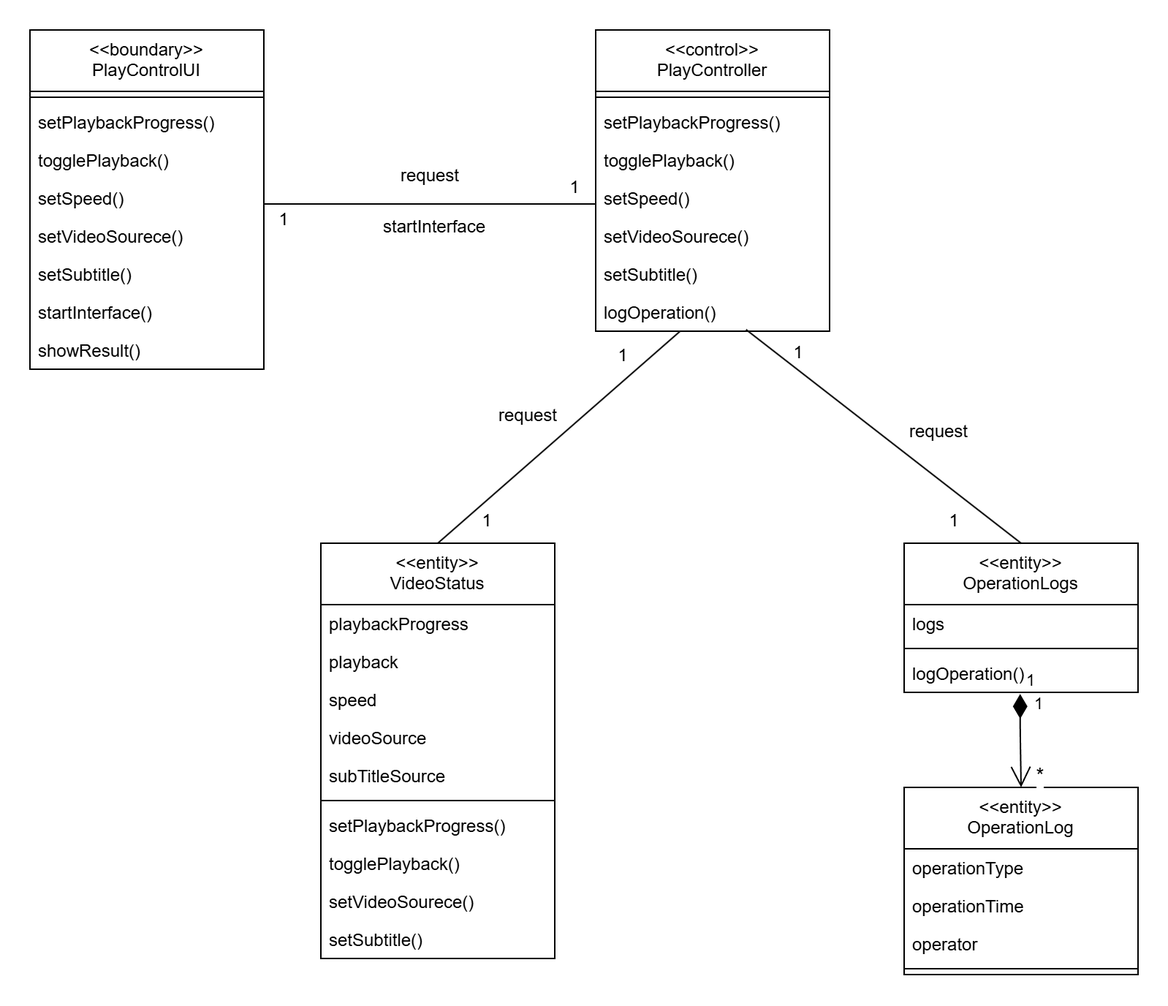
Above: docSu/主持放映-类图.png in Danny8yo/online-private-movie-house (draw.io), before the change. Source tidied: cells renumbered, new cells last; positions are measured from the earlier drawing's top-left corner, leaving out a move shared by most shapes.
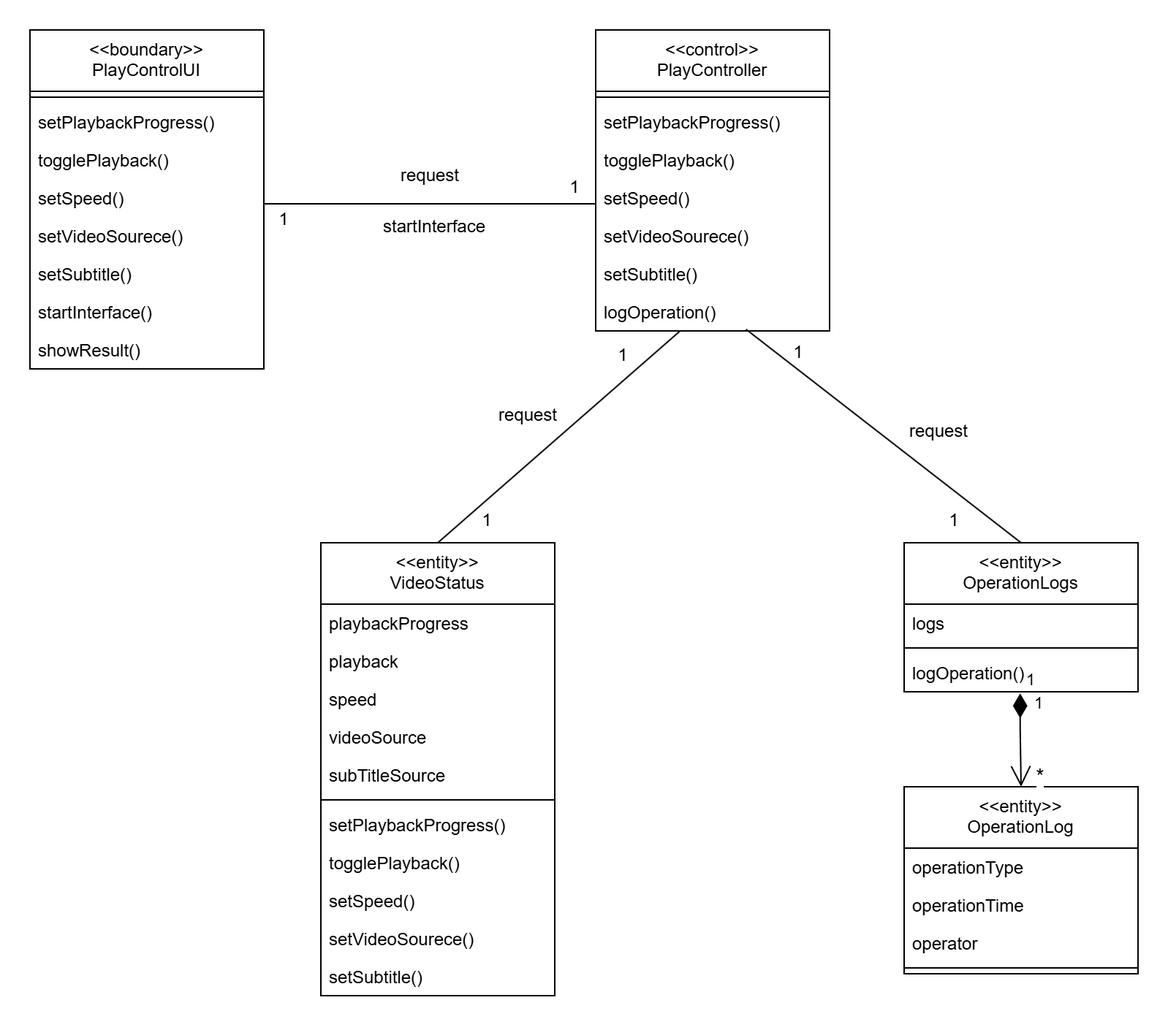
After the change.

What changed in the source:
```diff
@@ -3,7 +3,7 @@
     <mxCell id="0" />
     <mxCell id="1" parent="0" />
     <mxCell id="2" value="&lt;&lt;entity&gt;&gt;&#10;VideoStatus" style="swimlane;fontStyle=0;align=center;verticalAlign=top;horizontal=1;startSize=42;rounded=0;shadow=0;strokeWidth=1;" parent="1" vertex="1">
-      <mxGeometry x="199" y="351" width="160" height="284" as="geometry" />
+      <mxGeometry x="199" y="351" width="160" height="310" as="geometry" />
     </mxCell>
     <mxCell id="3" value="playbackProgress" style="text;align=left;verticalAlign=top;spacingLeft=4;spacingRight=4;overflow=hidden;" parent="2" vertex="1">
       <mxGeometry y="42" width="160" height="26" as="geometry" />
@@ -29,11 +29,14 @@
     <mxCell id="10" value="togglePlayback()" style="text;align=left;verticalAlign=top;spacingLeft=4;spacingRight=4;overflow=hidden;" parent="2" vertex="1">
       <mxGeometry y="206" width="160" height="26" as="geometry" />
     </mxCell>
+    <mxCell id="55" value="setSpeed()" style="text;align=left;verticalAlign=top;spacingLeft=4;spacingRight=4;overflow=hidden;" parent="2" vertex="1">
+      <mxGeometry y="232" width="160" height="26" as="geometry" />
+    </mxCell>
     <mxCell id="11" value="setVideoSourece()" style="text;align=left;verticalAlign=top;spacingLeft=4;spacingRight=4;overflow=hidden;" parent="2" vertex="1">
-      <mxGeometry y="232" width="160" height="26" as="geometry" />
+      <mxGeometry y="258" width="160" height="26" as="geometry" />
     </mxCell>
     <mxCell id="12" value="setSubtitle()" style="text;align=left;verticalAlign=top;spacingLeft=4;spacingRight=4;overflow=hidden;" parent="2" vertex="1">
-      <mxGeometry y="258" width="160" height="26" as="geometry" />
+      <mxGeometry y="284" width="160" height="26" as="geometry" />
     </mxCell>
     <mxCell id="13" value="&lt;&lt;boundary&gt;&gt;&#10;PlayControlUI" style="swimlane;fontStyle=0;align=center;verticalAlign=top;horizontal=1;startSize=42;rounded=0;shadow=0;strokeWidth=1;absoluteArcSize=0;" parent="1" vertex="1">
       <mxGeometry width="160" height="232" as="geometry" />
```
